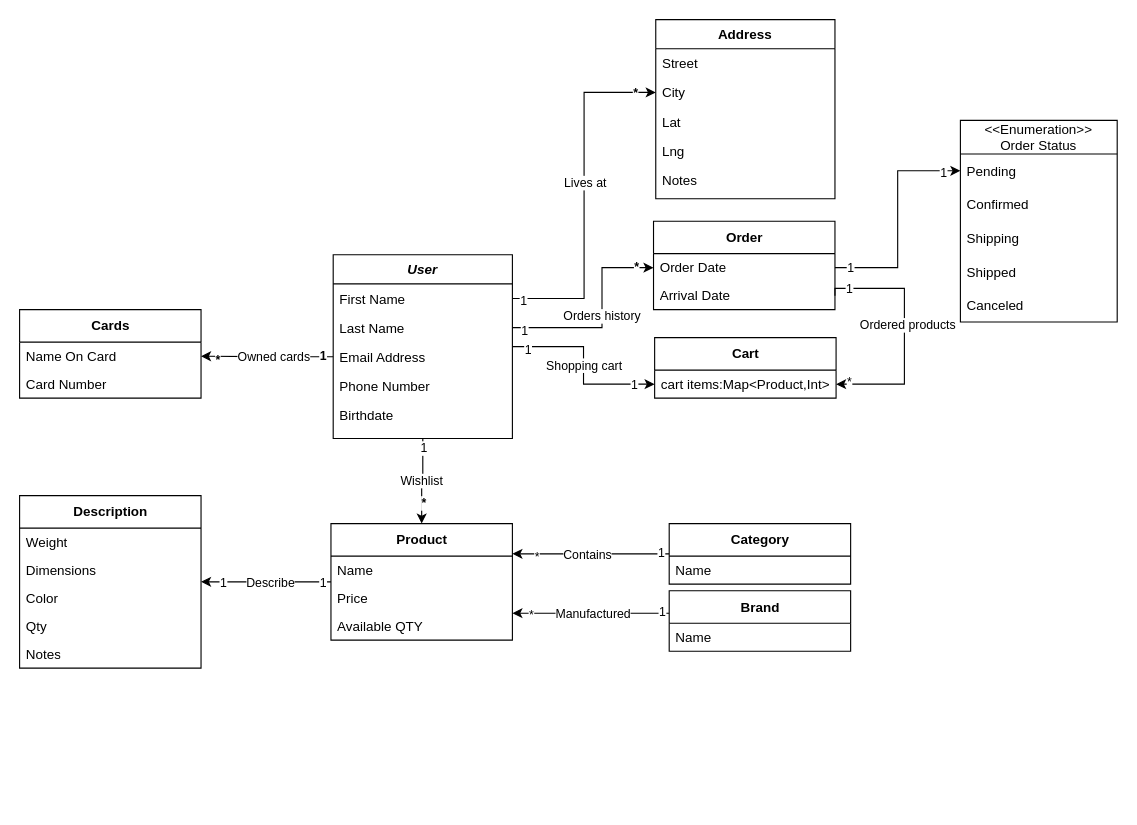
Above: Taswaq Class diagram.drawio in eng-mohamedalmahdy/Tswaq-documentations (draw.io), before the change. Source tidied: cells renumbered, new cells numbered last; positions are measured from the earlier drawing's top-left corner, leaving out a move shared by most shapes. Both pictures are drawn from the tidied source at 112%, with x=0, y=0 at pixel (19, 19).
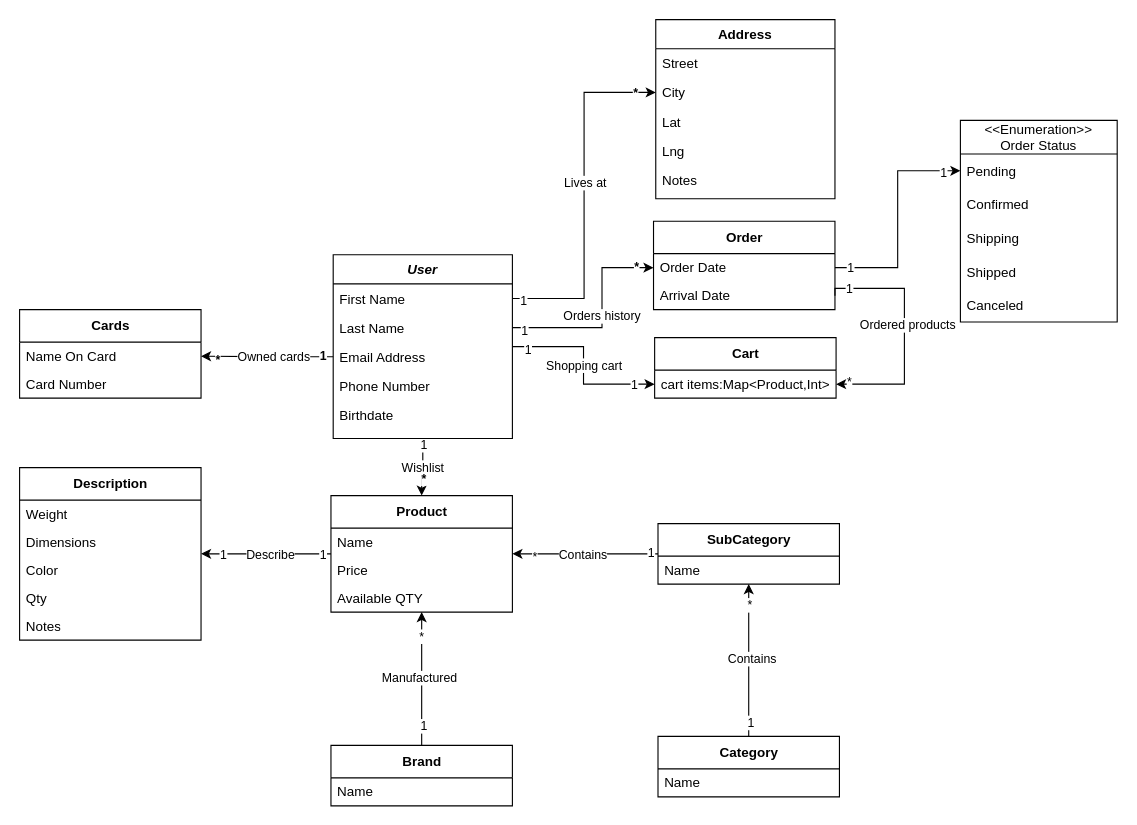
The same diagram, later.

Commit message:
Added Subcategory class

What changed in the source:
```diff
@@
     <mxCell id="37" value="Product" style="swimlane;fontStyle=1;align=center;verticalAlign=middle;horizontal=1;startSize=29;html=1;" parent="1" vertex="1">
-      <mxGeometry x="278" y="450" width="162" height="104" as="geometry" />
+      <mxGeometry x="278" y="425" width="162" height="104" as="geometry" />
     </mxCell>
@@
     <mxCell id="60" style="edgeStyle=orthogonalEdgeStyle;rounded=0;jettySize=auto;html=1;" parent="1" edge="1" source="64" target="37">
-      <mxGeometry relative="1" as="geometry">
-        <Array as="points">
-          <mxPoint x="480" y="477" />
-          <mxPoint x="480" y="477" />
-        </Array>
-      </mxGeometry>
+      <mxGeometry relative="1" as="geometry" />
     </mxCell>
@@
-    <mxCell id="64" value="Category" style="swimlane;fontStyle=1;align=center;verticalAlign=middle;horizontal=1;startSize=29;html=1;" parent="1" vertex="1">
-      <mxGeometry x="580" y="450" width="162" height="54" as="geometry" />
+    <mxCell id="64" value="SubCategory" style="swimlane;fontStyle=1;align=center;verticalAlign=middle;horizontal=1;startSize=29;html=1;" parent="1" vertex="1">
+      <mxGeometry x="570" y="450" width="162" height="54" as="geometry" />
     </mxCell>
@@
     <mxCell id="66" style="edgeStyle=orthogonalEdgeStyle;rounded=0;jettySize=auto;html=1;" parent="1" edge="1" source="70" target="37">
       <mxGeometry relative="1" as="geometry">
         <Array as="points">
-          <mxPoint x="540" y="530" />
-          <mxPoint x="540" y="530" />
+          <mxPoint x="359" y="600" />
+          <mxPoint x="359" y="600" />
         </Array>
       </mxGeometry>
     </mxCell>
     <mxCell id="67" value="*" style="edgeLabel;html=1;align=center;verticalAlign=middle;" parent="66" vertex="1">
-      <mxGeometry x="0.77" y="1" relative="1" as="geometry" />
+      <mxGeometry x="0.77" y="1" relative="1" as="geometry">
+        <mxPoint y="7" as="offset" />
+      </mxGeometry>
     </mxCell>
     <mxCell id="68" value="1" style="edgeLabel;html=1;align=center;verticalAlign=middle;" parent="66" vertex="1">
-      <mxGeometry x="-0.9" y="-2" relative="1" as="geometry" />
+      <mxGeometry x="-0.9" y="-2" relative="1" as="geometry">
+        <mxPoint x="-1" y="-12" as="offset" />
+      </mxGeometry>
     </mxCell>
@@
     <mxCell id="70" value="Brand" style="swimlane;fontStyle=1;align=center;verticalAlign=middle;horizontal=1;startSize=29;html=1;" parent="1" vertex="1">
-      <mxGeometry x="580" y="510" width="162" height="54" as="geometry" />
+      <mxGeometry x="278" y="648" width="162" height="54" as="geometry" />
     </mxCell>
@@
     <mxCell id="72" value="Description" style="swimlane;fontStyle=1;align=center;verticalAlign=middle;horizontal=1;startSize=29;html=1;" parent="1" vertex="1">
-      <mxGeometry y="425" width="162" height="154" as="geometry" />
+      <mxGeometry y="400" width="162" height="154" as="geometry" />
     </mxCell>
@@
+    <mxCell id="78" style="edgeStyle=orthogonalEdgeStyle;rounded=0;jettySize=auto;html=1;" parent="1" edge="1" source="82" target="64">
+      <mxGeometry relative="1" as="geometry" />
+    </mxCell>
+    <mxCell id="79" value="Contains" style="edgeLabel;html=1;align=center;verticalAlign=middle;" parent="78" vertex="1">
+      <mxGeometry x="0.03" y="-2" relative="1" as="geometry" />
+    </mxCell>
+    <mxCell id="80" value="*" style="edgeLabel;html=1;align=center;verticalAlign=middle;" parent="78" vertex="1">
+      <mxGeometry x="0.74" relative="1" as="geometry" />
+    </mxCell>
+    <mxCell id="81" value="1" style="edgeLabel;html=1;align=center;verticalAlign=middle;" parent="78" vertex="1">
+      <mxGeometry x="-0.81" y="-1" relative="1" as="geometry" />
+    </mxCell>
+    <mxCell id="82" value="Category" style="swimlane;fontStyle=1;align=center;verticalAlign=middle;horizontal=1;startSize=29;html=1;" parent="1" vertex="1">
+      <mxGeometry x="570" y="640" width="162" height="54" as="geometry" />
+    </mxCell>
+    <mxCell id="83" value="Name" style="text;html=1;strokeColor=none;fillColor=none;align=left;verticalAlign=middle;spacingLeft=4;spacingRight=4;overflow=hidden;" parent="82" vertex="1">
+      <mxGeometry y="29" width="162" height="25" as="geometry" />
+    </mxCell>
```
